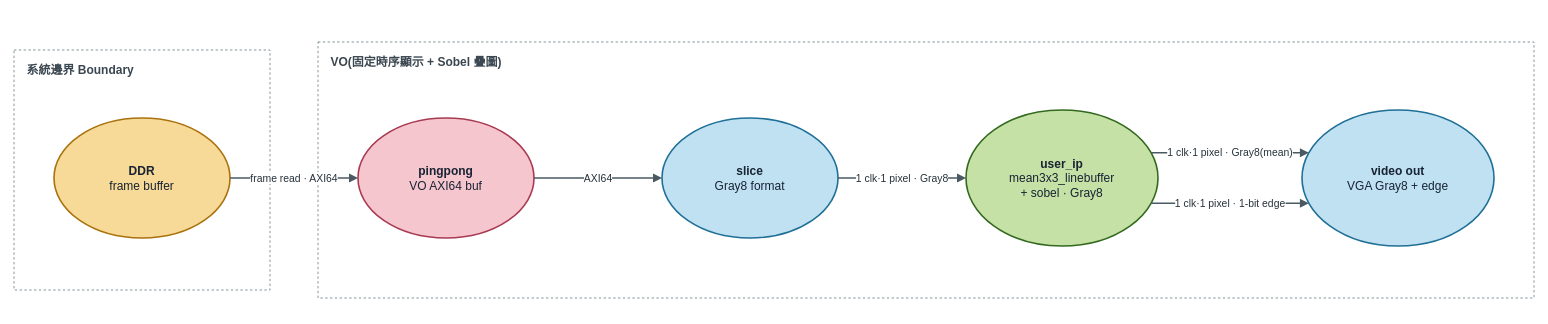
This is mean3x3_linebuffer/aov_sobel.drawio from shj-F115112128/VI-IP-VO, a draw.io file, before an edit. Source tidied: cells renumbered, new cells numbered last; positions are measured from the earlier drawing's top-left corner, leaving out a move shared by most shapes. Both pictures are drawn from the tidied source at 80%, with x=0, y=0 at pixel (14, 42).
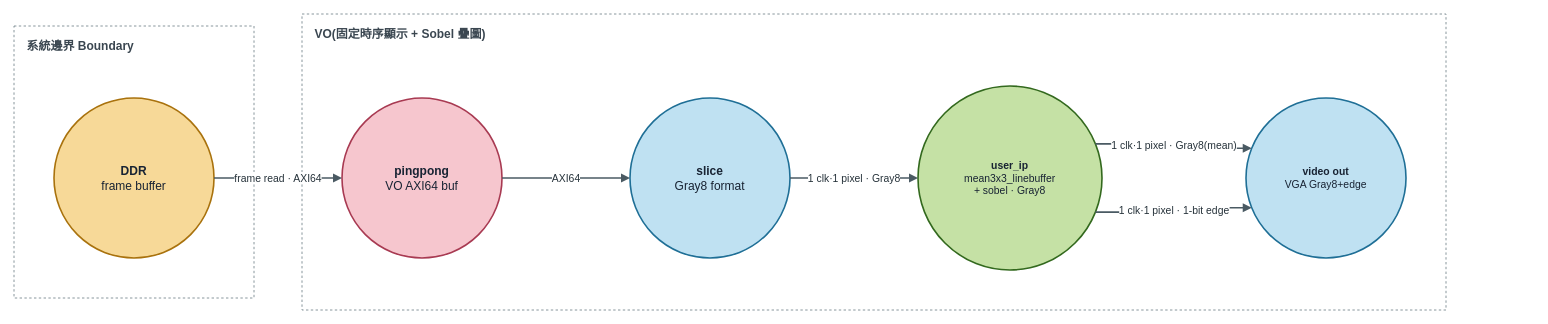
After the change.

Commit message:
AOV drawio source: true circles for nodes

Diff of the diagram source:
```diff
@@
 <mxGraphModel>
   <root>
     <mxCell id="0" />
     <mxCell id="1" parent="0" />
     <mxCell id="2" value="&lt;b&gt;系統邊界 Boundary&lt;/b&gt;" style="rounded=0;whiteSpace=wrap;html=1;fillColor=none;strokeColor=#6b7b85;dashed=1;verticalAlign=top;align=left;spacingTop=10;spacingLeft=14;fontSize=15;fontColor=#3a4650;fontStyle=1;" parent="1" vertex="1">
-      <mxGeometry y="10" width="320" height="300" as="geometry" />
+      <mxGeometry y="-20" width="300" height="340" as="geometry" />
     </mxCell>
     <mxCell id="3" value="&lt;b&gt;VO(固定時序顯示 + Sobel 疊圖)&lt;/b&gt;" style="rounded=0;whiteSpace=wrap;html=1;fillColor=none;strokeColor=#6b7b85;dashed=1;verticalAlign=top;align=left;spacingTop=10;spacingLeft=14;fontSize=15;fontColor=#3a4650;fontStyle=1;" parent="1" vertex="1">
-      <mxGeometry x="380" width="1520" height="320" as="geometry" />
+      <mxGeometry x="360" y="-35" width="1430" height="370" as="geometry" />
     </mxCell>
     <mxCell id="4" value="&lt;b&gt;DDR&lt;/b&gt;&lt;br&gt;frame buffer" style="ellipse;whiteSpace=wrap;html=1;fillColor=#f7d998;strokeColor=#a9720d;strokeWidth=2;fontColor=#182333;fontSize=15;align=center;verticalAlign=middle;" parent="1" vertex="1">
-      <mxGeometry x="50" y="95" width="220" height="150" as="geometry" />
+      <mxGeometry x="50" y="70" width="200" height="200" as="geometry" />
     </mxCell>
     <mxCell id="5" value="&lt;b&gt;pingpong&lt;/b&gt;&lt;br&gt;VO AXI64 buf" style="ellipse;whiteSpace=wrap;html=1;fillColor=#f6c6ce;strokeColor=#a83a52;strokeWidth=2;fontColor=#182333;fontSize=15;align=center;verticalAlign=middle;" parent="1" vertex="1">
-      <mxGeometry x="430" y="95" width="220" height="150" as="geometry" />
+      <mxGeometry x="410" y="70" width="200" height="200" as="geometry" />
     </mxCell>
     <mxCell id="6" value="&lt;b&gt;slice&lt;/b&gt;&lt;br&gt;Gray8 format" style="ellipse;whiteSpace=wrap;html=1;fillColor=#bfe1f2;strokeColor=#1f6f96;strokeWidth=2;fontColor=#182333;fontSize=15;align=center;verticalAlign=middle;" parent="1" vertex="1">
-      <mxGeometry x="810" y="95" width="220" height="150" as="geometry" />
+      <mxGeometry x="770" y="70" width="200" height="200" as="geometry" />
     </mxCell>
-    <mxCell id="7" value="&lt;b&gt;user_ip&lt;/b&gt;&lt;br&gt;mean3x3_linebuffer&lt;br&gt;+ sobel · Gray8" style="ellipse;whiteSpace=wrap;html=1;fillColor=#c5e1a5;strokeColor=#33691e;strokeWidth=2;fontColor=#182333;fontSize=15;align=center;verticalAlign=middle;" parent="1" vertex="1">
-      <mxGeometry x="1190" y="85" width="240" height="170" as="geometry" />
+    <mxCell id="7" value="&lt;b&gt;user_ip&lt;/b&gt;&lt;br&gt;mean3x3_linebuffer&lt;br&gt;+ sobel · Gray8" style="ellipse;whiteSpace=wrap;html=1;fillColor=#c5e1a5;strokeColor=#33691e;strokeWidth=2;fontColor=#182333;fontSize=13;align=center;verticalAlign=middle;" parent="1" vertex="1">
+      <mxGeometry x="1130" y="55" width="230" height="230" as="geometry" />
     </mxCell>
-    <mxCell id="8" value="&lt;b&gt;video out&lt;/b&gt;&lt;br&gt;VGA Gray8 + edge" style="ellipse;whiteSpace=wrap;html=1;fillColor=#bfe1f2;strokeColor=#1f6f96;strokeWidth=2;fontColor=#182333;fontSize=15;align=center;verticalAlign=middle;" parent="1" vertex="1">
-      <mxGeometry x="1610" y="85" width="240" height="170" as="geometry" />
+    <mxCell id="8" value="&lt;b&gt;video out&lt;/b&gt;&lt;br&gt;VGA Gray8+edge" style="ellipse;whiteSpace=wrap;html=1;fillColor=#bfe1f2;strokeColor=#1f6f96;strokeWidth=2;fontColor=#182333;fontSize=13;align=center;verticalAlign=middle;" parent="1" vertex="1">
+      <mxGeometry x="1540" y="70" width="200" height="200" as="geometry" />
     </mxCell>
     <mxCell id="9" value="frame read · AXI64" style="edgeStyle=orthogonalEdgeStyle;rounded=0;html=1;strokeColor=#4a5a63;strokeWidth=2;endArrow=block;endFill=1;exitX=1;exitY=0.5;exitDx=0;exitDy=0;entryX=0;entryY=0.5;entryDx=0;entryDy=0;fontSize=13;fontColor=#26323a;labelBackgroundColor=#ffffff;align=center;" parent="1" edge="1" source="4" target="5">
       <mxGeometry relative="1" as="geometry" />
     </mxCell>
     <mxCell id="10" value="AXI64" style="edgeStyle=orthogonalEdgeStyle;rounded=0;html=1;strokeColor=#4a5a63;strokeWidth=2;endArrow=block;endFill=1;exitX=1;exitY=0.5;exitDx=0;exitDy=0;entryX=0;entryY=0.5;entryDx=0;entryDy=0;fontSize=13;fontColor=#26323a;labelBackgroundColor=#ffffff;align=center;" parent="1" edge="1" source="5" target="6">
       <mxGeometry relative="1" as="geometry" />
     </mxCell>
     <mxCell id="11" value="1 clk·1 pixel · Gray8" style="edgeStyle=orthogonalEdgeStyle;rounded=0;html=1;strokeColor=#4a5a63;strokeWidth=2;endArrow=block;endFill=1;exitX=1;exitY=0.5;exitDx=0;exitDy=0;entryX=0;entryY=0.5;entryDx=0;entryDy=0;fontSize=13;fontColor=#26323a;labelBackgroundColor=#ffffff;align=center;" parent="1" edge="1" source="6" target="7">
       <mxGeometry relative="1" as="geometry" />
     </mxCell>
     <mxCell id="12" value="1 clk·1 pixel · Gray8(mean)" style="edgeStyle=orthogonalEdgeStyle;rounded=0;html=1;strokeColor=#4a5a63;strokeWidth=2;endArrow=block;endFill=1;exitX=1;exitY=0.3;exitDx=0;exitDy=0;entryX=0;entryY=0.3;entryDx=0;entryDy=0;fontSize=13;fontColor=#26323a;labelBackgroundColor=#ffffff;align=center;" parent="1" edge="1" source="7" target="8">
       <mxGeometry relative="1" as="geometry" />
     </mxCell>
     <mxCell id="13" value="1 clk·1 pixel · 1-bit edge" style="edgeStyle=orthogonalEdgeStyle;rounded=0;html=1;strokeColor=#4a5a63;strokeWidth=2;endArrow=block;endFill=1;exitX=1;exitY=0.7;exitDx=0;exitDy=0;entryX=0;entryY=0.7;entryDx=0;entryDy=0;fontSize=13;fontColor=#26323a;labelBackgroundColor=#ffffff;align=center;" parent="1" edge="1" source="7" target="8">
       <mxGeometry relative="1" as="geometry" />
     </mxCell>
   </root>
 </mxGraphModel>
```
